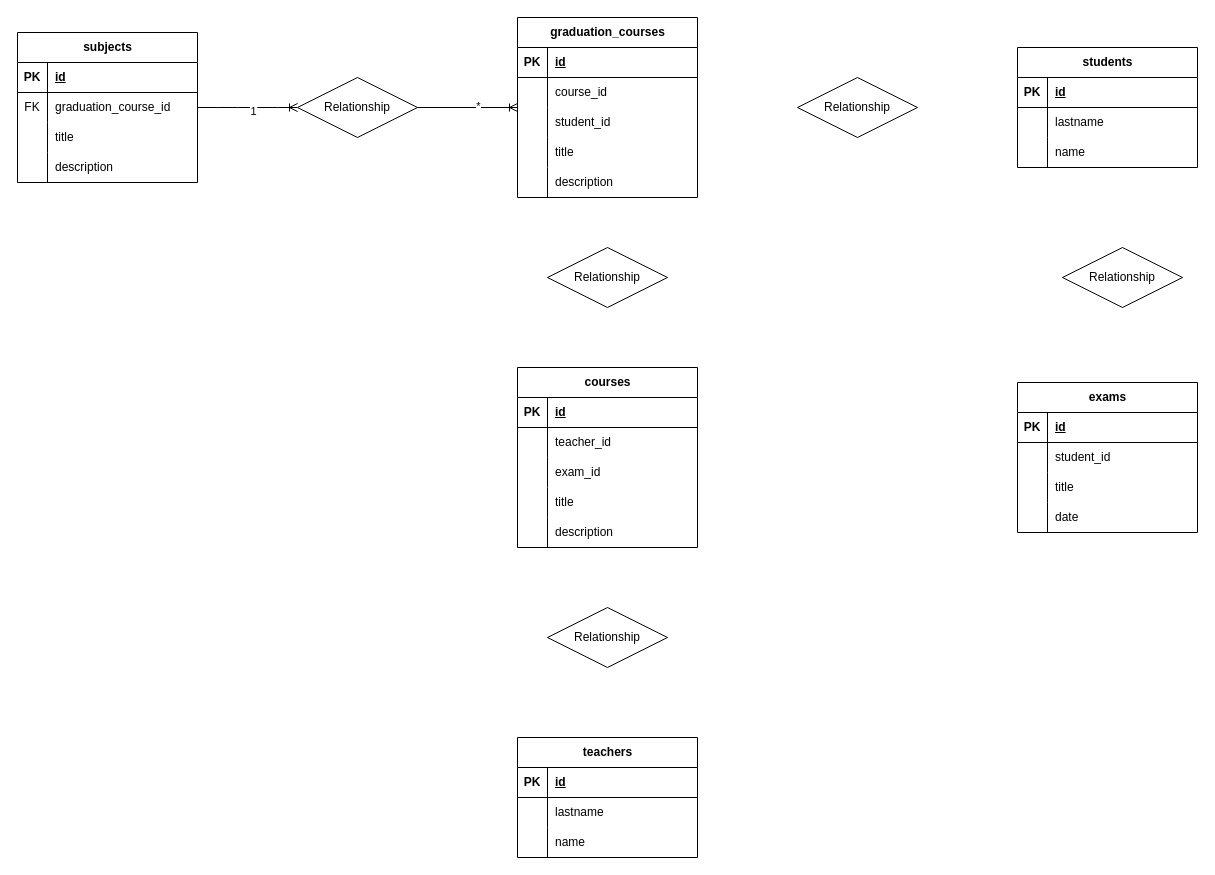
gabrielemarchesano/db-university keeps this draw.io diagram as diagram.dio. Above is the earlier version. Source tidied: cells renumbered, new cells numbered last; positions are measured from the earlier drawing's top-left corner, leaving out a move shared by most shapes. Both pictures are drawn from the tidied source at 100%, with x=0, y=0 at pixel (17, 17).
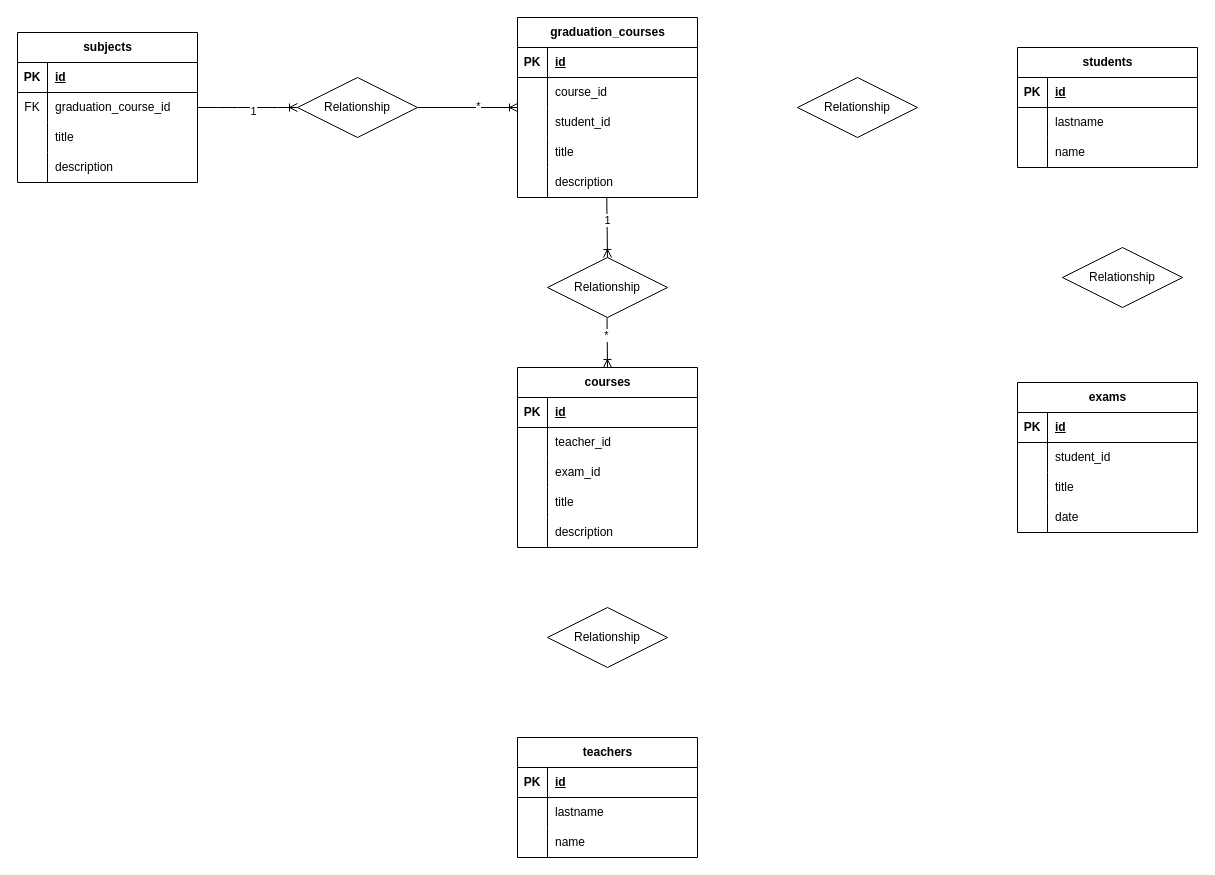
The same page after the edit.

Commit message:
create second relationship

Unchanged cells that the change refers to:
```xml
<mxCell id="35" value="courses" style="shape=table;startSize=30;childLayout=tableLayout;rowLines=0;fontStyle=1;align=center;html=1;" parent="1" vertex="1">
  <mxGeometry x="500" y="350" width="180" height="180" as="geometry" />
</mxCell>
<mxCell id="64" style="shape=tableRow;horizontal=0;startSize=0;swimlaneHead=0;swimlaneBody=0;fillColor=none;points=[[0,0.5],[1,0.5]];portConstraint=eastwest;top=0;left=0;right=0;bottom=0;" parent="51" vertex="1">
  <mxGeometry y="150" width="180" height="30" as="geometry" />
</mxCell>
```

Diff of the diagram source:
```diff
@@
-    <mxCell id="81" value="Relationship" style="shape=rhombus;perimeter=rhombusPerimeter;whiteSpace=wrap;html=1;align=center;" parent="1" vertex="1">
-      <mxGeometry x="530" y="230" width="120" height="60" as="geometry" />
-    </mxCell>
@@
+    <mxCell id="89" style="fontSize=12;html=1;endArrow=ERoneToMany;exitX=0.496;exitY=1;exitDx=0;exitDy=0;exitPerimeter=0;entryX=0.5;entryY=0;entryDx=0;entryDy=0;" parent="1" edge="1" source="81" target="35">
+      <mxGeometry relative="1" as="geometry" />
+    </mxCell>
+    <mxCell id="90" value="*" style="edgeLabel;html=1;align=center;verticalAlign=middle;" parent="89" vertex="1">
+      <mxGeometry x="-0.33" y="-1" relative="1" as="geometry" />
+    </mxCell>
+    <mxCell id="91" style="fontSize=12;html=1;endArrow=ERoneToMany;exitX=0.496;exitY=1;exitDx=0;exitDy=0;exitPerimeter=0;entryX=0.5;entryY=0;entryDx=0;entryDy=0;" parent="1" edge="1" source="64" target="81">
+      <mxGeometry relative="1" as="geometry" />
+    </mxCell>
+    <mxCell id="92" value="1" style="edgeLabel;html=1;align=center;verticalAlign=middle;" parent="91" vertex="1">
+      <mxGeometry x="-0.22" relative="1" as="geometry" />
+    </mxCell>
+    <mxCell id="81" value="Relationship" style="shape=rhombus;perimeter=rhombusPerimeter;whiteSpace=wrap;html=1;align=center;" parent="1" vertex="1">
+      <mxGeometry x="530" y="240" width="120" height="60" as="geometry" />
+    </mxCell>
```
